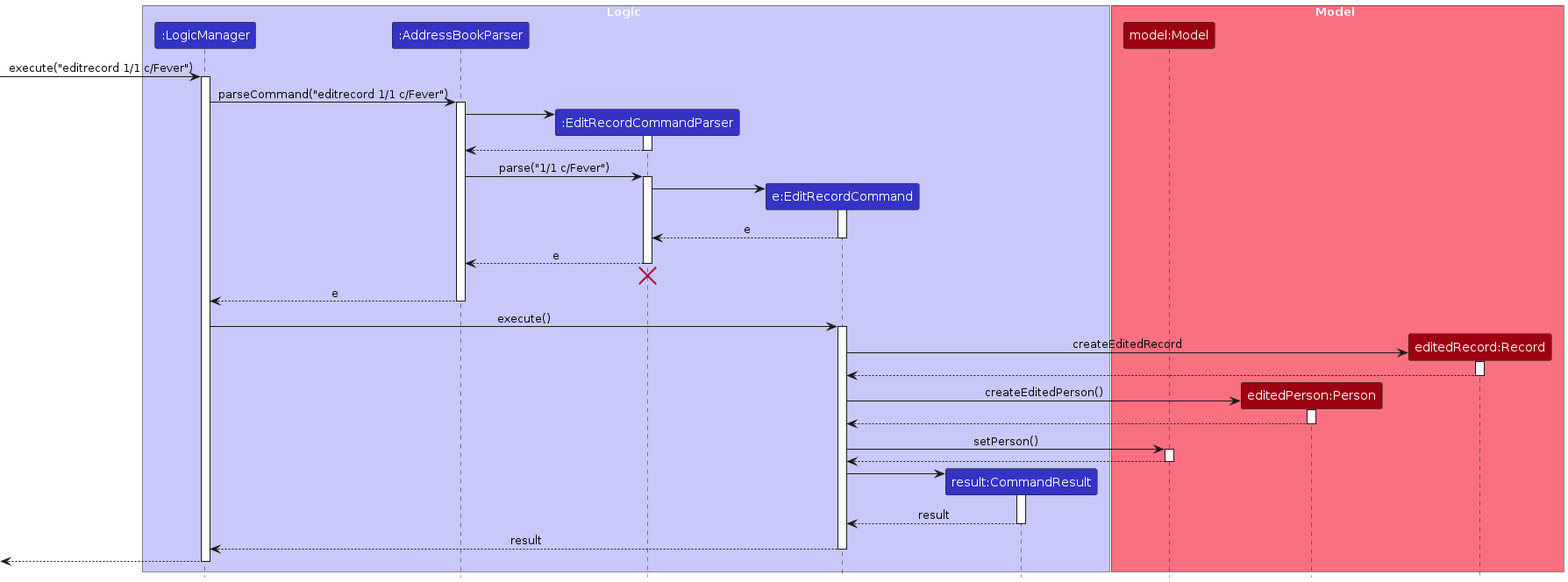
Before: diagrams/EditRecordSequenceDiagram.png, a diagram exported from PlantUML (ryanongwx/tp). Its source is kept beside it as diagrams/EditRecordSequenceDiagram.puml. Source of this version:
```plantuml
@startuml
!include style.puml
skinparam ArrowFontStyle plain

box Logic LOGIC_COLOR_T1
participant ":LogicManager" as LogicManager LOGIC_COLOR
participant ":AddressBookParser" as AddressBookParser LOGIC_COLOR
participant ":EditRecordCommandParser" as EditRecordCommandParser LOGIC_COLOR
participant "e:EditRecordCommand" as EditRecordCommand LOGIC_COLOR
participant "result:CommandResult" as CommandResult LOGIC_COLOR
end box

box Model MODEL_COLOR_T1
participant "model:Model" as Model MODEL_COLOR
participant "editedPerson:Person" as Person MODEL_COLOR
participant "editedRecord:Record" as Record MODEL_COLOR
end box

[-> LogicManager : execute("editrecord 1/1 c/Fever")
activate LogicManager

LogicManager -> AddressBookParser : parseCommand("editrecord 1/1 c/Fever")
activate AddressBookParser

create EditRecordCommandParser
AddressBookParser -> EditRecordCommandParser
activate EditRecordCommandParser

EditRecordCommandParser --> AddressBookParser
deactivate EditRecordCommandParser

AddressBookParser -> EditRecordCommandParser : parse("1/1 c/Fever")
activate EditRecordCommandParser

create EditRecordCommand
EditRecordCommandParser -> EditRecordCommand
activate EditRecordCommand

EditRecordCommand --> EditRecordCommandParser : e
deactivate EditRecordCommand

EditRecordCommandParser --> AddressBookParser : e
deactivate EditRecordCommandParser
EditRecordCommandParser -[hidden]-> AddressBookParser
destroy EditRecordCommandParser

AddressBookParser --> LogicManager : e
deactivate AddressBookParser

LogicManager -> EditRecordCommand : execute()
activate EditRecordCommand

create Record
EditRecordCommand -> Record : createEditedRecord
activate Record

Record --> EditRecordCommand
deactivate Record

create Person
EditRecordCommand -> Person : createEditedPerson()
activate Person

Person --> EditRecordCommand
deactivate Person

EditRecordCommand -> Model : setPerson()
activate Model

Model --> EditRecordCommand
deactivate Model

create CommandResult
EditRecordCommand -> CommandResult
activate CommandResult

CommandResult --> EditRecordCommand : result
deactivate CommandResult

EditRecordCommand --> LogicManager : result
deactivate EditRecordCommand

[<--LogicManager
deactivate LogicManager
@enduml
```
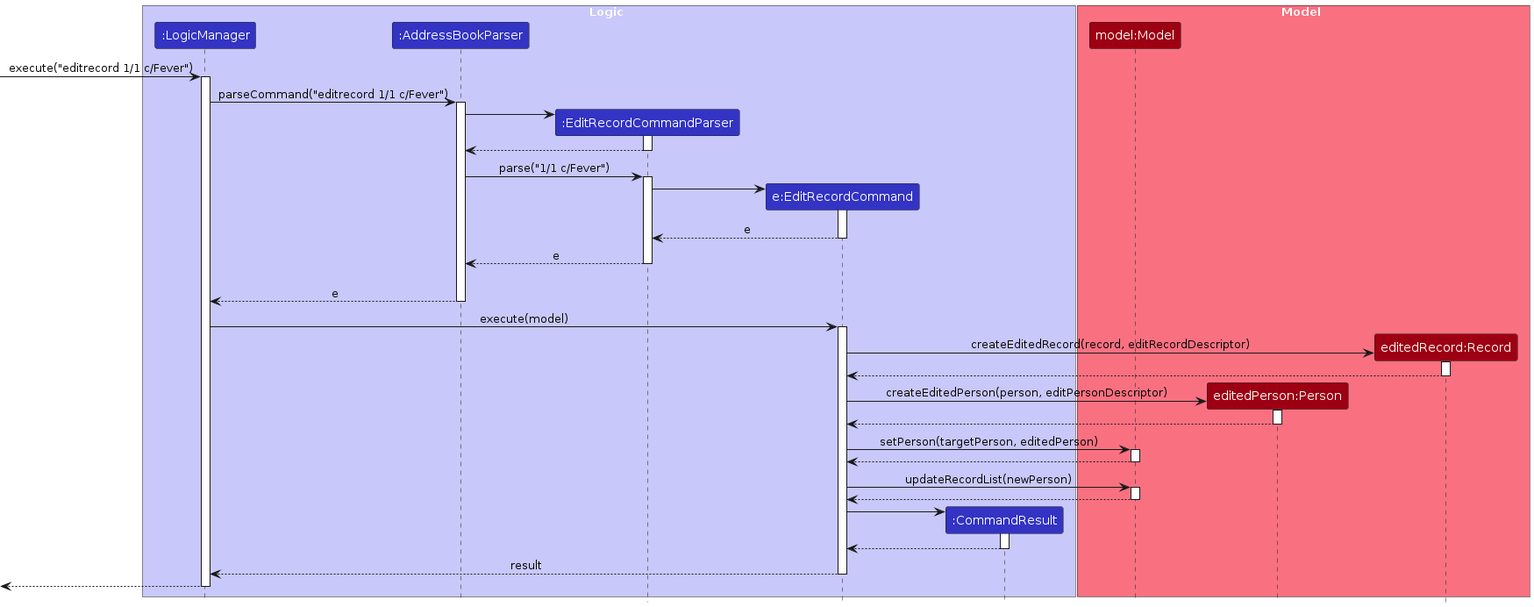
The same file after the commit.

The edit, as a diff of the source:
```diff
@@ -7,7 +7,7 @@
 participant ":AddressBookParser" as AddressBookParser LOGIC_COLOR
 participant ":EditRecordCommandParser" as EditRecordCommandParser LOGIC_COLOR
 participant "e:EditRecordCommand" as EditRecordCommand LOGIC_COLOR
-participant "result:CommandResult" as CommandResult LOGIC_COLOR
+participant ":CommandResult" as CommandResult LOGIC_COLOR
 end box
 
 box Model MODEL_COLOR_T1
@@ -42,29 +42,35 @@
 EditRecordCommandParser --> AddressBookParser : e
 deactivate EditRecordCommandParser
 EditRecordCommandParser -[hidden]-> AddressBookParser
-destroy EditRecordCommandParser
+deactivate EditRecordCommandParser
 
 AddressBookParser --> LogicManager : e
 deactivate AddressBookParser
 
-LogicManager -> EditRecordCommand : execute()
+LogicManager -> EditRecordCommand : execute(model)
 activate EditRecordCommand
 
 create Record
-EditRecordCommand -> Record : createEditedRecord
+EditRecordCommand -> Record : createEditedRecord(record, editRecordDescriptor)
 activate Record
 
 Record --> EditRecordCommand
 deactivate Record
 
 create Person
-EditRecordCommand -> Person : createEditedPerson()
+EditRecordCommand -> Person : createEditedPerson(person, editPersonDescriptor)
 activate Person
 
 Person --> EditRecordCommand
 deactivate Person
 
-EditRecordCommand -> Model : setPerson()
+EditRecordCommand -> Model : setPerson(targetPerson, editedPerson)
+activate Model
+
+Model --> EditRecordCommand
+deactivate Model
+
+EditRecordCommand -> Model : updateRecordList(newPerson)
 activate Model
 
 Model --> EditRecordCommand
@@ -74,7 +80,7 @@
 EditRecordCommand -> CommandResult
 activate CommandResult
 
-CommandResult --> EditRecordCommand : result
+CommandResult --> EditRecordCommand
 deactivate CommandResult
 
 EditRecordCommand --> LogicManager : result
```
